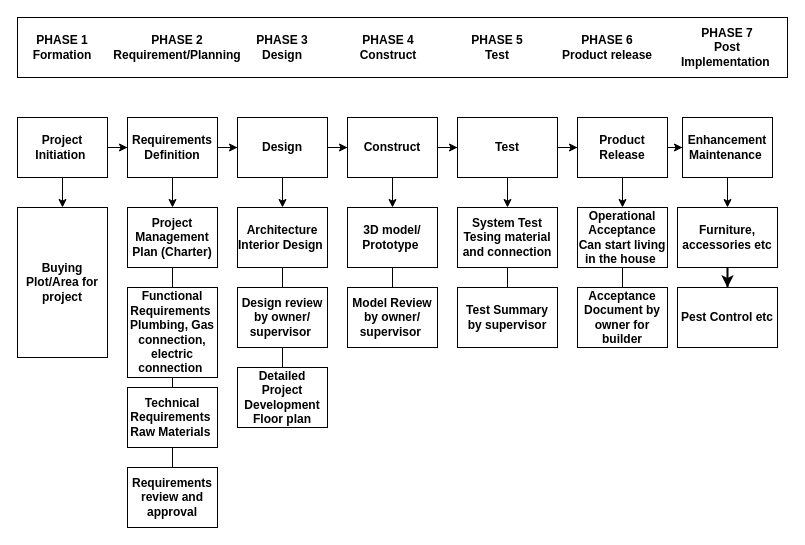
This is Movie.drawio from Dikshit28/SEPM_Dikshit19csu379, a draw.io file, before an edit. Source tidied: cells renumbered, new cells numbered last; positions are measured from the earlier drawing's top-left corner, leaving out a move shared by most shapes. Both pictures are drawn from the tidied source at 100%, with x=0, y=0 at pixel (17, 17).
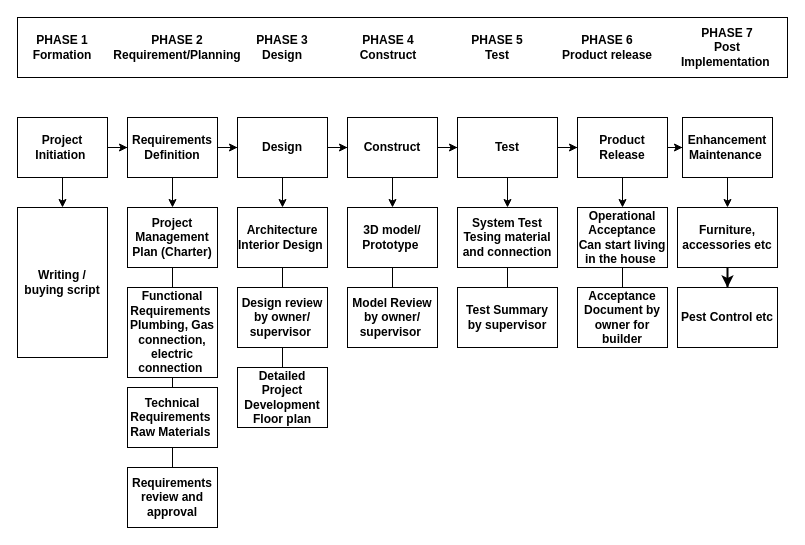
The same page after the edit.

The edit, as a diff of the source:
```diff
@@
-    <mxCell id="30" value="Buying Plot/Area for project" style="rounded=0;whiteSpace=wrap;html=1;fontStyle=1;" parent="1" vertex="1">
+    <mxCell id="30" value="Writing / buying script" style="rounded=0;whiteSpace=wrap;html=1;fontStyle=1;" parent="1" vertex="1">
       <mxGeometry y="190" width="90" height="150" as="geometry" />
     </mxCell>
```
